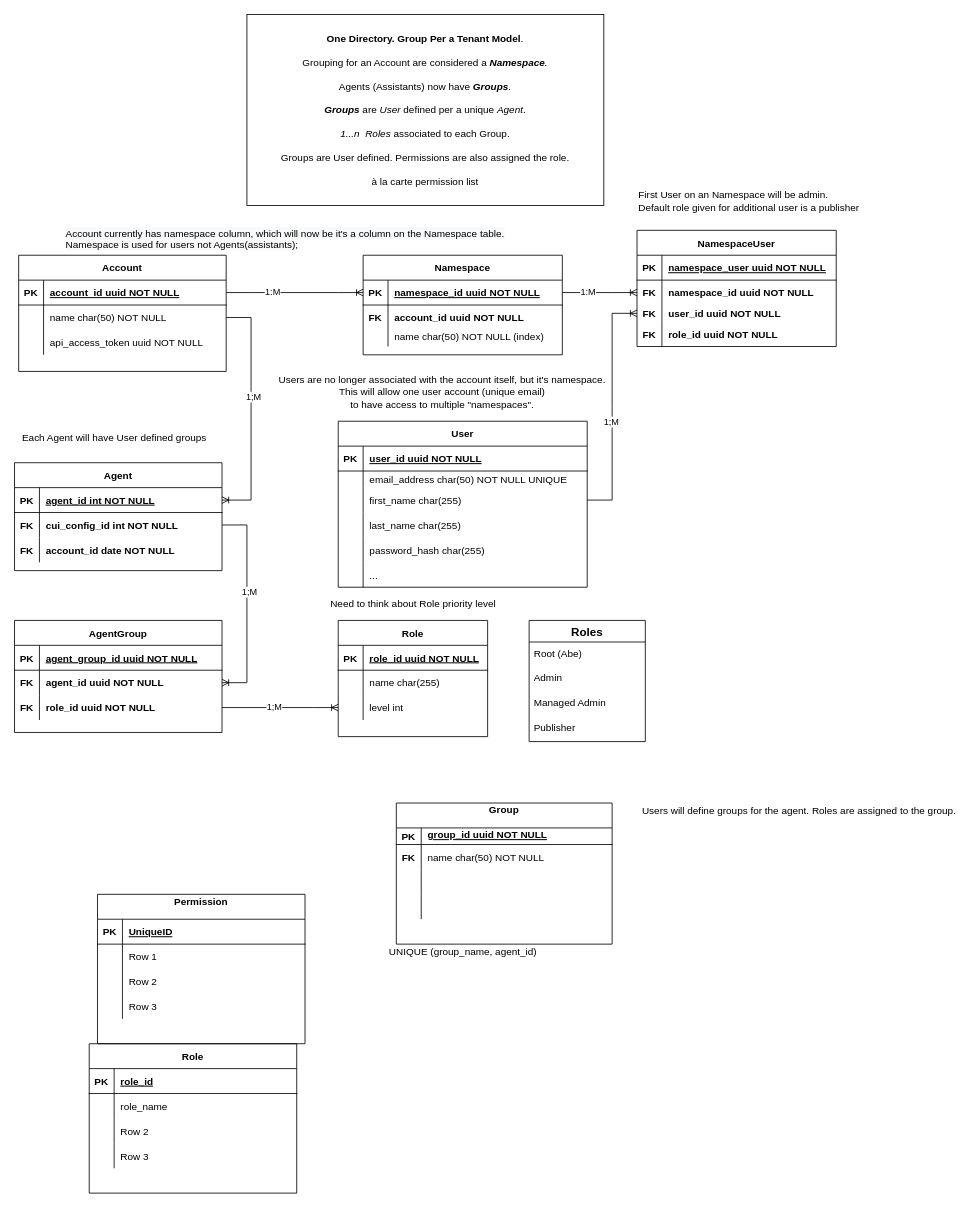
The draw.io diagram Untitled Diagram.drawio in toyabeai/diagrams, before the edit. Source tidied: cells renumbered, new cells numbered last; positions are measured from the earlier drawing's top-left corner, leaving out a move shared by most shapes. Both pictures are drawn from the tidied source at 83%, with x=0, y=0 at pixel (14, 14).
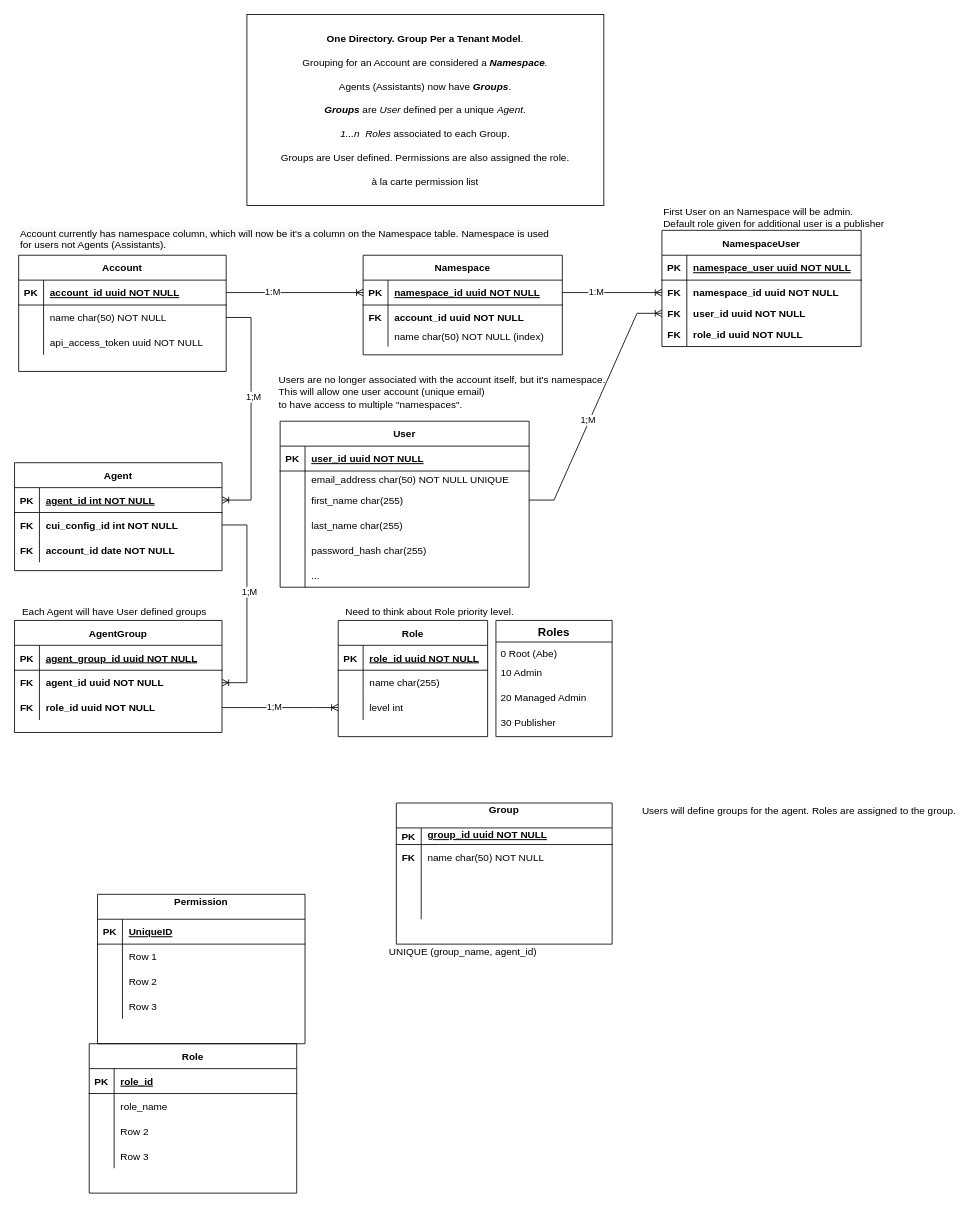
The same diagram, later.

The edit, as a diff of the source:
```diff
@@
     <mxCell id="2" value="User" style="shape=table;startSize=30;childLayout=tableLayout;rowLines=0;fontStyle=1;align=center;" parent="1" vertex="1">
-      <mxGeometry x="390" y="490" width="300" height="200" as="geometry" />
+      <mxGeometry x="320" y="490" width="300" height="200" as="geometry" />
     </mxCell>
@@
     <mxCell id="102" value="Each Agent will have User defined groups" style="text;html=1;align=center;verticalAlign=middle;strokeColor=none;fillColor=none;" parent="1" vertex="1">
-      <mxGeometry y="500" width="240" height="20" as="geometry" />
+      <mxGeometry y="710" width="240" height="20" as="geometry" />
     </mxCell>
-    <mxCell id="103" value="Users are no longer associated with the account itself, but it's namespace. &lt;br&gt;This will allow one user account (unique email) &lt;br&gt;to have access to multiple &quot;namespaces&quot;." style="text;html=1;align=center;verticalAlign=middle;strokeColor=none;fillColor=none;" parent="1" vertex="1">
+    <mxCell id="103" value="Users are no longer associated with the account itself, but it's namespace. &lt;br&gt;&lt;div style=&quot;text-align: left&quot;&gt;&lt;span&gt;This will allow one user account (unique email)&lt;/span&gt;&lt;/div&gt;&lt;div style=&quot;text-align: left&quot;&gt;&lt;span&gt;to have access to multiple &quot;namespaces&quot;.&lt;/span&gt;&lt;/div&gt;" style="text;html=1;align=center;verticalAlign=middle;strokeColor=none;fillColor=none;" parent="1" vertex="1">
       <mxGeometry x="310" y="430" width="410" height="50" as="geometry" />
     </mxCell>
@@
     <mxCell id="108" value="NamespaceUser" style="shape=table;startSize=30;childLayout=tableLayout;rowLines=0;fontStyle=1;align=center;" parent="1" vertex="1">
-      <mxGeometry x="750" y="260" width="240" height="140" as="geometry" />
+      <mxGeometry x="780" y="260" width="240" height="140" as="geometry" />
     </mxCell>
@@
-    <mxCell id="122" value="&lt;span style=&quot;color: rgb(0, 0, 0); font-family: helvetica; font-size: 12px; font-style: normal; font-weight: 400; letter-spacing: normal; text-align: center; text-indent: 0px; text-transform: none; word-spacing: 0px; background-color: rgb(248, 249, 250); display: inline; float: none;&quot;&gt;Account currently has namespace column, which will now be it's a column on the Namespace table. Namespace is used for users not Agents(assistants);&lt;/span&gt;&lt;br style=&quot;color: rgb(0, 0, 0); font-family: helvetica; font-size: 12px; font-style: normal; font-weight: 400; letter-spacing: normal; text-align: center; text-indent: 0px; text-transform: none; word-spacing: 0px; background-color: rgb(248, 249, 250);&quot;&gt;" style="text;whiteSpace=wrap;html=1;" parent="1" vertex="1">
-      <mxGeometry x="60" y="250" width="550" height="40" as="geometry" />
+    <mxCell id="122" value="&lt;span style=&quot;color: rgb(0 , 0 , 0) ; font-family: &amp;#34;helvetica&amp;#34; ; font-size: 12px ; font-style: normal ; font-weight: 400 ; letter-spacing: normal ; text-align: center ; text-indent: 0px ; text-transform: none ; word-spacing: 0px ; background-color: rgb(248 , 249 , 250) ; display: inline ; float: none&quot;&gt;Account currently has namespace column, which will now be it's a column on the Namespace table. Namespace is used for users not Agents (Assistants).&amp;nbsp;&lt;/span&gt;" style="text;whiteSpace=wrap;html=1;" parent="1" vertex="1">
+      <mxGeometry x="5" y="250" width="655" height="40" as="geometry" />
     </mxCell>
@@
     <mxCell id="130" value="First User on an Namespace will be admin.&lt;br&gt;Default role given for additional user is a publisher" style="text;html=1;align=left;verticalAlign=middle;strokeColor=none;fillColor=none;" parent="1" vertex="1">
-      <mxGeometry x="750" y="210" width="280" height="30" as="geometry" />
+      <mxGeometry x="780" y="230" width="280" height="30" as="geometry" />
     </mxCell>
     <mxCell id="131" value="Roles" style="swimlane;fontStyle=1;horizontal=1;startSize=26;align=center;fontSize=14;" parent="1" vertex="1">
-      <mxGeometry x="620" y="730" width="140" height="146" as="geometry" />
+      <mxGeometry x="580" y="730" width="140" height="140" as="geometry" />
     </mxCell>
-    <mxCell id="132" value="Root (Abe)" style="text;strokeColor=none;fillColor=none;spacingLeft=4;spacingRight=4;overflow=hidden;fontSize=12;" parent="131" vertex="1">
-      <mxGeometry y="26" width="140" height="30" as="geometry" />
+    <mxCell id="132" value="0 Root (Abe)" style="text;strokeColor=none;fillColor=none;spacingLeft=4;spacingRight=4;overflow=hidden;fontSize=12;" parent="131" vertex="1">
+      <mxGeometry y="26" width="140" height="24" as="geometry" />
     </mxCell>
-    <mxCell id="133" value="Admin&#10;" style="text;strokeColor=none;fillColor=none;spacingLeft=4;spacingRight=4;overflow=hidden;fontSize=12;" parent="131" vertex="1">
-      <mxGeometry y="56" width="140" height="30" as="geometry" />
+    <mxCell id="133" value="10 Admin &#10;&#10;" style="text;strokeColor=none;fillColor=none;spacingLeft=4;spacingRight=4;overflow=hidden;fontSize=12;" parent="131" vertex="1">
+      <mxGeometry y="50" width="140" height="30" as="geometry" />
     </mxCell>
-    <mxCell id="134" value="Managed Admin&#10;" style="text;strokeColor=none;fillColor=none;spacingLeft=4;spacingRight=4;overflow=hidden;fontSize=12;" parent="131" vertex="1">
-      <mxGeometry y="86" width="140" height="30" as="geometry" />
+    <mxCell id="134" value="20 Managed Admin" style="text;strokeColor=none;fillColor=none;spacingLeft=4;spacingRight=4;overflow=hidden;fontSize=12;" parent="131" vertex="1">
+      <mxGeometry y="80" width="140" height="30" as="geometry" />
     </mxCell>
-    <mxCell id="135" value="Publisher&#10;" style="text;strokeColor=none;fillColor=none;spacingLeft=4;spacingRight=4;overflow=hidden;fontSize=12;" parent="131" vertex="1">
-      <mxGeometry y="116" width="140" height="30" as="geometry" />
+    <mxCell id="135" value="30 Publisher&#10;" style="text;strokeColor=none;fillColor=none;spacingLeft=4;spacingRight=4;overflow=hidden;fontSize=12;" parent="131" vertex="1">
+      <mxGeometry y="110" width="140" height="30" as="geometry" />
     </mxCell>
@@
-    <mxCell id="150" value="Need to think about Role priority level" style="text;html=1;align=center;verticalAlign=middle;strokeColor=none;fillColor=none;" parent="1" vertex="1">
-      <mxGeometry x="375" y="700" width="210" height="20" as="geometry" />
+    <mxCell id="150" value="Need to think about Role priority level." style="text;html=1;align=center;verticalAlign=middle;strokeColor=none;fillColor=none;" parent="1" vertex="1">
+      <mxGeometry x="390" y="710" width="220" height="20" as="geometry" />
     </mxCell>
```
